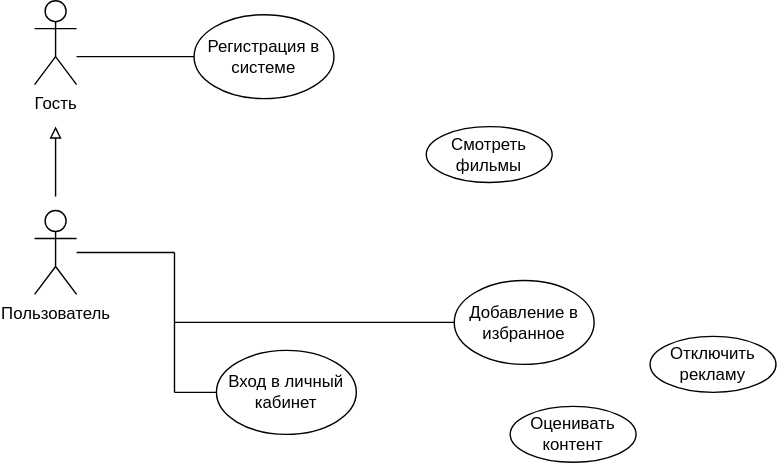
Above: lab1/docs/schema.svg in ta4ilka69/Fundamentals-of-Software-Engineering (draw.io), before the change. Source tidied: cells renumbered, new cells last; positions are measured from the earlier drawing's top-left corner, leaving out a move shared by most shapes. The source it was exported from:
```xml
<mxGraphModel>
  <root>
    <mxCell id="0" />
    <mxCell id="1" parent="0" />
    <mxCell id="2" value="Гость" style="shape=umlActor;verticalLabelPosition=bottom;verticalAlign=top;html=1;" parent="1" vertex="1">
      <mxGeometry width="30" height="60" as="geometry" />
    </mxCell>
    <mxCell id="3" value="Пользователь" style="shape=umlActor;verticalLabelPosition=bottom;verticalAlign=top;html=1;outlineConnect=0;" parent="1" vertex="1">
      <mxGeometry y="150" width="30" height="60" as="geometry" />
    </mxCell>
    <mxCell id="4" value="Вход в личный кабинет" style="ellipse;whiteSpace=wrap;html=1;" parent="1" vertex="1">
      <mxGeometry x="130" y="250" width="100" height="60" as="geometry" />
    </mxCell>
    <mxCell id="5" style="endArrow=none;html=1;rounded=0;entryX=0;entryY=0.5;entryDx=0;entryDy=0;" parent="1" edge="1" target="4">
      <mxGeometry relative="1" as="geometry">
        <mxPoint x="100" y="280" as="sourcePoint" />
      </mxGeometry>
    </mxCell>
    <mxCell id="6" style="endArrow=none;html=1;rounded=0;" parent="1" edge="1">
      <mxGeometry relative="1" as="geometry">
        <mxPoint x="100" y="180" as="sourcePoint" />
        <mxPoint x="100" y="280" as="targetPoint" />
      </mxGeometry>
    </mxCell>
    <mxCell id="7" style="endArrow=none;html=1;rounded=0;" parent="1" edge="1" target="3">
      <mxGeometry relative="1" as="geometry">
        <mxPoint x="100" y="180" as="sourcePoint" />
      </mxGeometry>
    </mxCell>
    <mxCell id="8" value="Добавление в избранное" style="ellipse;whiteSpace=wrap;html=1;" parent="1" vertex="1">
      <mxGeometry x="300" y="200" width="100" height="60" as="geometry" />
    </mxCell>
    <mxCell id="9" style="endArrow=none;html=1;rounded=0;entryX=0;entryY=0.5;entryDx=0;entryDy=0;" parent="1" edge="1" target="8">
      <mxGeometry relative="1" as="geometry">
        <mxPoint x="100" y="230" as="sourcePoint" />
      </mxGeometry>
    </mxCell>
    <mxCell id="10" value="Регистрация в системе" style="ellipse;whiteSpace=wrap;html=1;" parent="1" vertex="1">
      <mxGeometry x="114" y="10" width="100" height="60" as="geometry" />
    </mxCell>
    <mxCell id="11" style="endArrow=none;html=1;rounded=0;entryX=0;entryY=0.5;entryDx=0;entryDy=0;" parent="1" edge="1" target="10">
      <mxGeometry relative="1" as="geometry">
        <mxPoint x="30" y="40" as="sourcePoint" />
      </mxGeometry>
    </mxCell>
    <mxCell id="12" value="Смотреть фильмы" style="ellipse;whiteSpace=wrap;html=1;" parent="1" vertex="1">
      <mxGeometry x="280" y="90" width="90" height="40" as="geometry" />
    </mxCell>
    <mxCell id="13" value="Оценивать контент" style="ellipse;whiteSpace=wrap;html=1;" parent="1" vertex="1">
      <mxGeometry x="340" y="290" width="90" height="40" as="geometry" />
    </mxCell>
    <mxCell id="14" value="Отключить рекламу" style="ellipse;whiteSpace=wrap;html=1;" parent="1" vertex="1">
      <mxGeometry x="440" y="240" width="90" height="40" as="geometry" />
    </mxCell>
    <mxCell id="15" style="endArrow=block;html=1;rounded=0;endFill=0;" parent="1" edge="1">
      <mxGeometry relative="1" as="geometry">
        <mxPoint x="15" y="140" as="sourcePoint" />
        <mxPoint x="15" y="90" as="targetPoint" />
      </mxGeometry>
    </mxCell>
  </root>
</mxGraphModel>
```
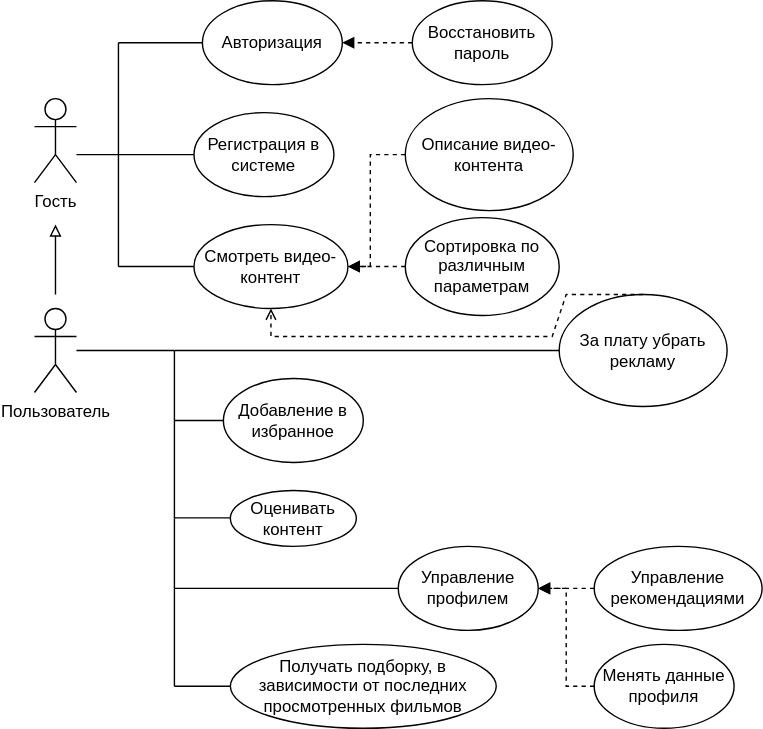
Above is the later version.

What changed in the source:
```diff
@@ -8,18 +8,19 @@
     <mxCell id="3" value="Пользователь" style="shape=umlActor;verticalLabelPosition=bottom;verticalAlign=top;html=1;outlineConnect=0;" parent="1" vertex="1">
       <mxGeometry y="150" width="30" height="60" as="geometry" />
     </mxCell>
-    <mxCell id="4" value="Вход в личный кабинет" style="ellipse;whiteSpace=wrap;html=1;" parent="1" vertex="1">
-      <mxGeometry x="130" y="250" width="100" height="60" as="geometry" />
+    <mxCell id="4" value="Авторизация" style="ellipse;whiteSpace=wrap;html=1;" parent="1" vertex="1">
+      <mxGeometry x="120" y="-70" width="100" height="60" as="geometry" />
     </mxCell>
-    <mxCell id="5" style="endArrow=none;html=1;rounded=0;entryX=0;entryY=0.5;entryDx=0;entryDy=0;" parent="1" edge="1" target="4">
+    <mxCell id="5" style="endArrow=none;html=1;rounded=0;" parent="1" edge="1">
       <mxGeometry relative="1" as="geometry">
-        <mxPoint x="100" y="280" as="sourcePoint" />
+        <mxPoint x="100" y="299.6" as="sourcePoint" />
+        <mxPoint x="140" y="299.6" as="targetPoint" />
       </mxGeometry>
     </mxCell>
     <mxCell id="6" style="endArrow=none;html=1;rounded=0;" parent="1" edge="1">
       <mxGeometry relative="1" as="geometry">
         <mxPoint x="100" y="180" as="sourcePoint" />
-        <mxPoint x="100" y="280" as="targetPoint" />
+        <mxPoint x="100" y="300" as="targetPoint" />
       </mxGeometry>
     </mxCell>
     <mxCell id="7" style="endArrow=none;html=1;rounded=0;" parent="1" edge="1" target="3">
@@ -28,7 +29,7 @@
       </mxGeometry>
     </mxCell>
     <mxCell id="8" value="Добавление в избранное" style="ellipse;whiteSpace=wrap;html=1;" parent="1" vertex="1">
-      <mxGeometry x="300" y="200" width="100" height="60" as="geometry" />
+      <mxGeometry x="135" y="200" width="100" height="60" as="geometry" />
     </mxCell>
     <mxCell id="9" style="endArrow=none;html=1;rounded=0;entryX=0;entryY=0.5;entryDx=0;entryDy=0;" parent="1" edge="1" target="8">
       <mxGeometry relative="1" as="geometry">
@@ -43,20 +44,127 @@
         <mxPoint x="30" y="40" as="sourcePoint" />
       </mxGeometry>
     </mxCell>
-    <mxCell id="12" value="Смотреть фильмы" style="ellipse;whiteSpace=wrap;html=1;" parent="1" vertex="1">
-      <mxGeometry x="280" y="90" width="90" height="40" as="geometry" />
+    <mxCell id="12" value="Смотреть видео-контент" style="ellipse;whiteSpace=wrap;html=1;" parent="1" vertex="1">
+      <mxGeometry x="114" y="90" width="110" height="60" as="geometry" />
     </mxCell>
     <mxCell id="13" value="Оценивать контент" style="ellipse;whiteSpace=wrap;html=1;" parent="1" vertex="1">
-      <mxGeometry x="340" y="290" width="90" height="40" as="geometry" />
+      <mxGeometry x="140" y="280" width="90" height="40" as="geometry" />
     </mxCell>
-    <mxCell id="14" value="Отключить рекламу" style="ellipse;whiteSpace=wrap;html=1;" parent="1" vertex="1">
-      <mxGeometry x="440" y="240" width="90" height="40" as="geometry" />
-    </mxCell>
     <mxCell id="15" style="endArrow=block;html=1;rounded=0;endFill=0;" parent="1" edge="1">
       <mxGeometry relative="1" as="geometry">
         <mxPoint x="15" y="140" as="sourcePoint" />
         <mxPoint x="15" y="90" as="targetPoint" />
       </mxGeometry>
     </mxCell>
+    <mxCell id="16" style="endArrow=none;html=1;rounded=0;" parent="1" edge="1">
+      <mxGeometry relative="1" as="geometry">
+        <mxPoint x="60" y="40" as="sourcePoint" />
+        <mxPoint x="60" y="-40" as="targetPoint" />
+      </mxGeometry>
+    </mxCell>
+    <mxCell id="17" style="endArrow=none;html=1;rounded=0;entryX=0;entryY=0.5;entryDx=0;entryDy=0;" parent="1" edge="1" target="4">
+      <mxGeometry relative="1" as="geometry">
+        <mxPoint x="60" y="-40" as="sourcePoint" />
+      </mxGeometry>
+    </mxCell>
+    <mxCell id="18" value="Восстановить пароль" style="ellipse;whiteSpace=wrap;html=1;" parent="1" vertex="1">
+      <mxGeometry x="270" y="-70" width="100" height="60" as="geometry" />
+    </mxCell>
+    <mxCell id="19" style="endArrow=block;html=1;rounded=0;entryX=1;entryY=0.5;entryDx=0;entryDy=0;endFill=1;dashed=1;" parent="1" edge="1" target="4">
+      <mxGeometry relative="1" as="geometry">
+        <mxPoint x="270" y="-40" as="sourcePoint" />
+      </mxGeometry>
+    </mxCell>
+    <mxCell id="20" style="endArrow=none;html=1;rounded=0;" parent="1" edge="1">
+      <mxGeometry relative="1" as="geometry">
+        <mxPoint x="60" y="120" as="sourcePoint" />
+        <mxPoint x="60" y="40" as="targetPoint" />
+      </mxGeometry>
+    </mxCell>
+    <mxCell id="21" style="endArrow=none;html=1;rounded=0;entryX=0;entryY=0.5;entryDx=0;entryDy=0;" parent="1" edge="1" target="12">
+      <mxGeometry relative="1" as="geometry">
+        <mxPoint x="60" y="120" as="sourcePoint" />
+      </mxGeometry>
+    </mxCell>
+    <mxCell id="22" value="Сортировка по различным параметрам" style="ellipse;whiteSpace=wrap;html=1;" parent="1" vertex="1">
+      <mxGeometry x="265" y="85" width="110" height="70" as="geometry" />
+    </mxCell>
+    <mxCell id="23" style="endArrow=block;html=1;rounded=0;entryX=1;entryY=0.5;entryDx=0;entryDy=0;endFill=1;dashed=1;exitX=0;exitY=0.5;exitDx=0;exitDy=0;" parent="1" edge="1" source="22" target="12">
+      <mxGeometry relative="1" as="geometry" />
+    </mxCell>
+    <mxCell id="24" style="endArrow=none;html=1;rounded=0;" parent="1" edge="1">
+      <mxGeometry relative="1" as="geometry">
+        <mxPoint x="100" y="350" as="sourcePoint" />
+        <mxPoint x="260" y="350" as="targetPoint" />
+      </mxGeometry>
+    </mxCell>
+    <mxCell id="25" value="Управление рекомендациями" style="ellipse;whiteSpace=wrap;html=1;" parent="1" vertex="1">
+      <mxGeometry x="400" y="320" width="120" height="60" as="geometry" />
+    </mxCell>
+    <mxCell id="26" value="Управление профилем" style="ellipse;whiteSpace=wrap;html=1;" parent="1" vertex="1">
+      <mxGeometry x="260" y="320" width="100" height="60" as="geometry" />
+    </mxCell>
+    <mxCell id="27" value="Менять данные профиля" style="ellipse;whiteSpace=wrap;html=1;" parent="1" vertex="1">
+      <mxGeometry x="400" y="390" width="100" height="60" as="geometry" />
+    </mxCell>
+    <mxCell id="28" style="endArrow=block;html=1;rounded=0;entryX=1;entryY=0.5;entryDx=0;entryDy=0;endFill=1;dashed=1;exitX=0;exitY=0.5;exitDx=0;exitDy=0;" parent="1" edge="1" source="25" target="26">
+      <mxGeometry relative="1" as="geometry" />
+    </mxCell>
+    <mxCell id="29" style="endArrow=block;html=1;rounded=0;entryX=1;entryY=0.5;entryDx=0;entryDy=0;endFill=1;dashed=1;exitX=0;exitY=0.5;exitDx=0;exitDy=0;" parent="1" edge="1" source="27" target="26">
+      <mxGeometry relative="1" as="geometry">
+        <Array as="points">
+          <mxPoint x="380" y="420" />
+          <mxPoint x="380" y="350" />
+        </Array>
+      </mxGeometry>
+    </mxCell>
+    <mxCell id="30" value="За плату убрать рекламу" style="ellipse;whiteSpace=wrap;html=1;" parent="1" vertex="1">
+      <mxGeometry x="375" y="140" width="120" height="80" as="geometry" />
+    </mxCell>
+    <mxCell id="31" style="endArrow=none;html=1;rounded=0;entryX=0;entryY=0.5;entryDx=0;entryDy=0;" parent="1" edge="1" target="30">
+      <mxGeometry relative="1" as="geometry">
+        <mxPoint x="100" y="180" as="sourcePoint" />
+      </mxGeometry>
+    </mxCell>
+    <mxCell id="32" style="endArrow=open;html=1;rounded=0;entryX=0.5;entryY=1;entryDx=0;entryDy=0;endFill=0;dashed=1;exitX=0.5;exitY=0;exitDx=0;exitDy=0;" parent="1" edge="1" source="30" target="12">
+      <mxGeometry relative="1" as="geometry">
+        <Array as="points">
+          <mxPoint x="380" y="140" />
+          <mxPoint x="370" y="170" />
+          <mxPoint x="169" y="170" />
+        </Array>
+      </mxGeometry>
+    </mxCell>
+    <mxCell id="33" style="endArrow=none;html=1;rounded=0;" parent="1" edge="1">
+      <mxGeometry relative="1" as="geometry">
+        <mxPoint x="100" y="350" as="sourcePoint" />
+        <mxPoint x="100" y="300" as="targetPoint" />
+      </mxGeometry>
+    </mxCell>
+    <mxCell id="34" value="Получать подборку, в зависимости от последних просмотренных фильмов" style="ellipse;whiteSpace=wrap;html=1;" parent="1" vertex="1">
+      <mxGeometry x="140" y="390" width="190" height="60" as="geometry" />
+    </mxCell>
+    <mxCell id="35" style="endArrow=none;html=1;rounded=0;" parent="1" edge="1">
+      <mxGeometry relative="1" as="geometry">
+        <mxPoint x="100" y="420" as="sourcePoint" />
+        <mxPoint x="100" y="350" as="targetPoint" />
+      </mxGeometry>
+    </mxCell>
+    <mxCell id="36" style="endArrow=none;html=1;rounded=0;exitX=0;exitY=0.5;exitDx=0;exitDy=0;" parent="1" edge="1" source="34">
+      <mxGeometry relative="1" as="geometry">
+        <mxPoint x="100" y="420" as="targetPoint" />
+      </mxGeometry>
+    </mxCell>
+    <mxCell id="37" value="Описание видео-контента" style="ellipse;whiteSpace=wrap;html=1;" parent="1" vertex="1">
+      <mxGeometry x="265" width="120" height="80" as="geometry" />
+    </mxCell>
+    <mxCell id="38" style="endArrow=block;html=1;rounded=0;entryX=1;entryY=0.5;entryDx=0;entryDy=0;endFill=1;dashed=1;exitX=0;exitY=0.5;exitDx=0;exitDy=0;" parent="1" edge="1" source="37" target="12">
+      <mxGeometry relative="1" as="geometry">
+        <Array as="points">
+          <mxPoint x="240" y="40" />
+          <mxPoint x="240" y="120" />
+        </Array>
+      </mxGeometry>
+    </mxCell>
   </root>
 </mxGraphModel>
```
